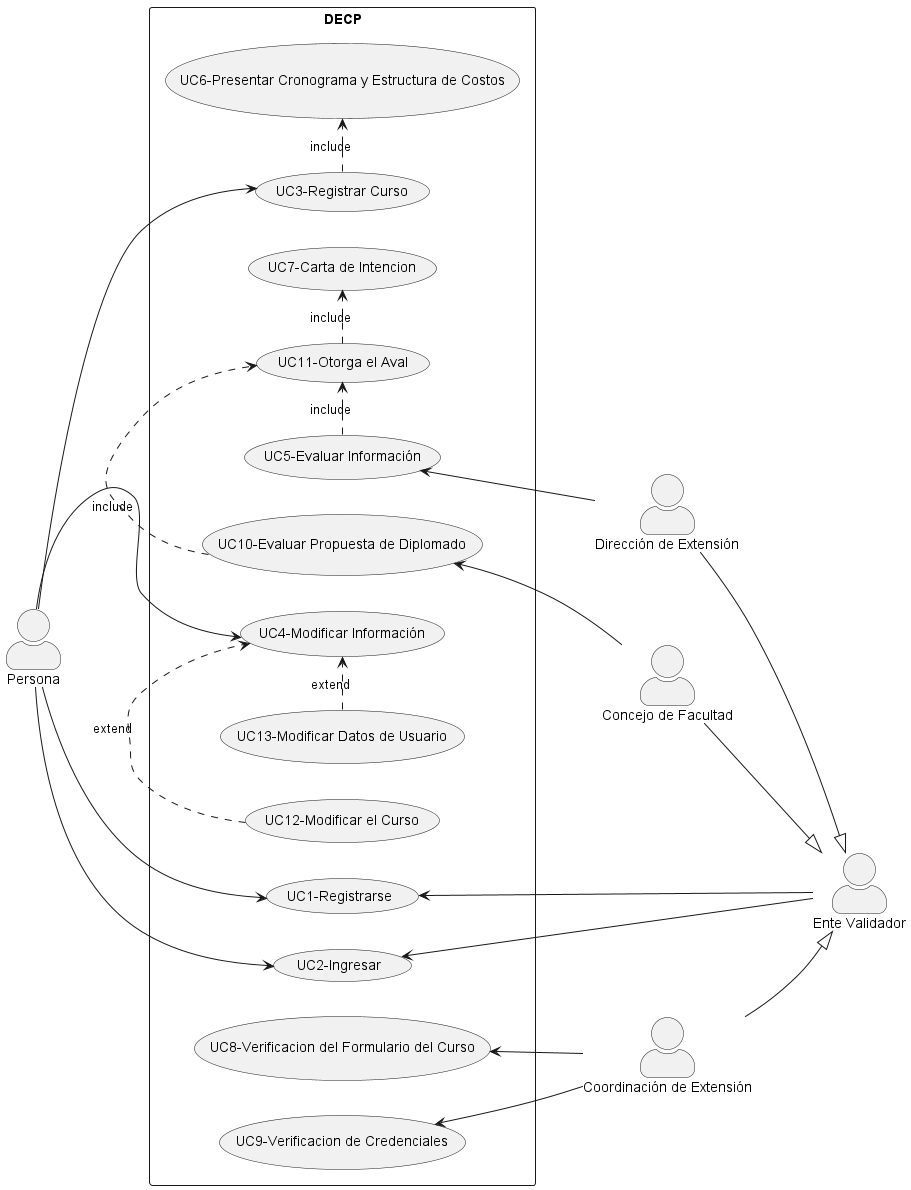
This is usecase.png from dalekprime/Ingenieria_de_Software_Equipo8, a PlantUML export, as it was before one commit.
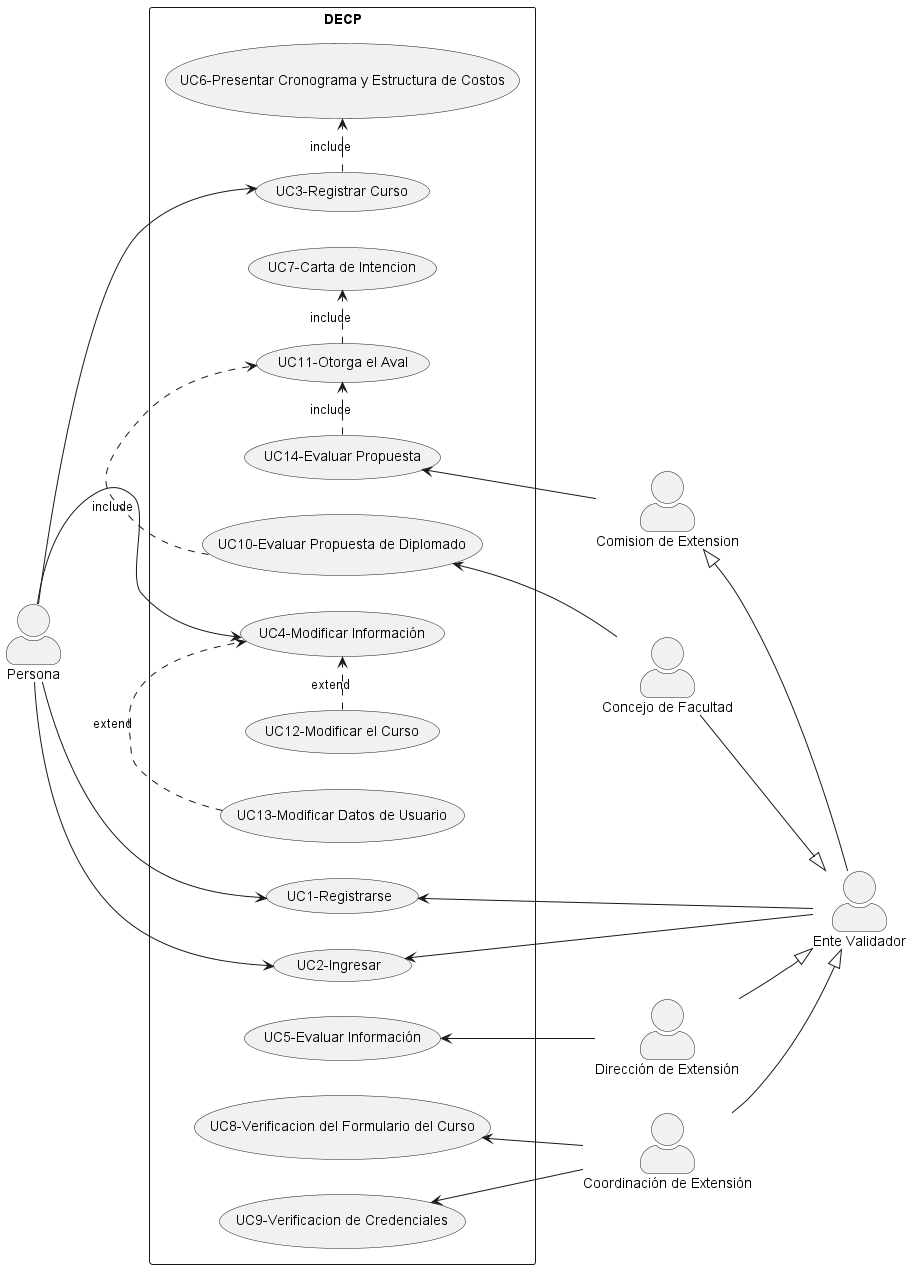
After the change.

The edit, as a diff of the source:
```diff
@@ -7,7 +7,7 @@
 :Dirección de Extensión: as b
 :Coordinación de Extensión: as c
 :Concejo de Facultad: as d
-
+:Comision de Extension: as f
 
 rectangle DECP{
 (UC1-Registrarse) as 1
@@ -23,8 +23,9 @@
 (UC11-Otorga el Aval) as 11
 (UC12-Modificar el Curso) as 12
 (UC13-Modificar Datos de Usuario) as 13
+(UC14-Evaluar Propuesta) as 14
 }
-
+f <|-- e
 1 <-- e
 b --|> e
 c --|> e
@@ -39,9 +40,10 @@
 9 <-- c
 10 <-- d
 3 .> 6 : include
-5 .> 11 : include
+14 .> 11 : include
 10 .> 11 : include
 11 .> 7: include
 12 .> 4: extend
 13 .> 4: extend
+14 <-- f
 @enduml
```
